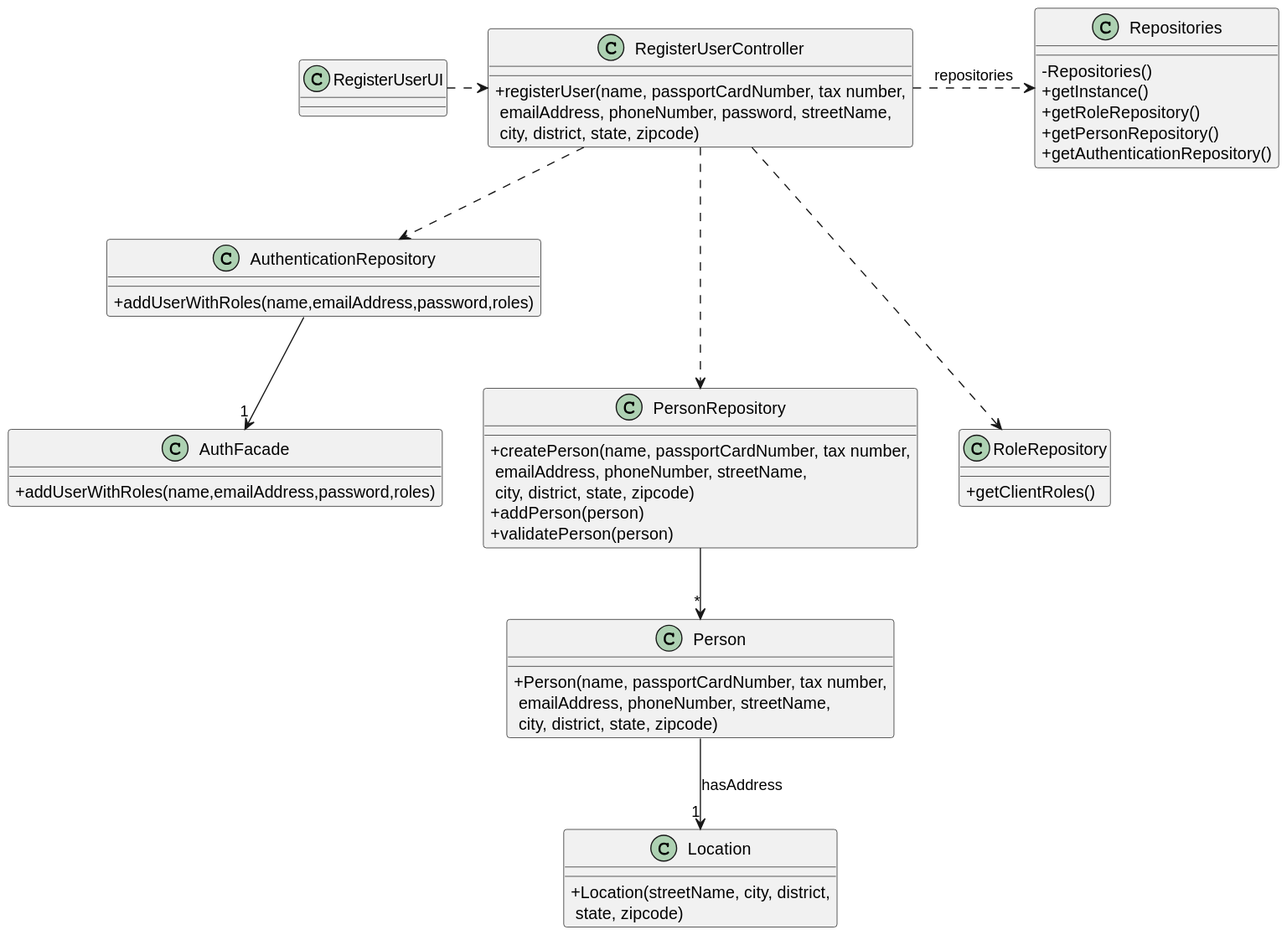
Above: docs/sprintB/us007/03.design/svg/us007-class-diagram.svg in rita-barbosa/LAPR2-2223 (PlantUML), before the change. The source it was exported from:
```plantuml
@startuml
skinparam packageStyle rectangle
skinparam shadowing false
skinparam linetype polyline

skinparam classAttributeIconSize 0

class RegisterUserUI
{

}
class RegisterUserController
{
+ registerUser(name, passportCardNumber, tax number,\n emailAddress, phoneNumber, password, streetName,\n city, district, state, zipcode)
}
class AuthenticationRepository
{
+ addUserWithRoles(name,emailAddress,password,roles)
}
class Person
{
+ Person(name, passportCardNumber, tax number,\n emailAddress, phoneNumber, streetName,\n city, district, state, zipcode)

}
class PersonRepository
{
+ createPerson(name, passportCardNumber, tax number,\n emailAddress, phoneNumber, streetName,\n city, district, state, zipcode)
+ addPerson(person)
+ validatePerson(person)
}
class AuthFacade
{
+ addUserWithRoles(name,emailAddress,password,roles)
}
class Repositories
{
 - Repositories()
 + getInstance()
 + getRoleRepository()
 + getPersonRepository()
 + getAuthenticationRepository()
}
class Location
{
+ Location(streetName, city, district,\n state, zipcode)
}
class RoleRepository
{
+ getClientRoles()
}

RegisterUserUI .> RegisterUserController
RegisterUserController .> Repositories : repositories
RegisterUserController .--> PersonRepository
RegisterUserController .--> RoleRepository
RegisterUserController .-> AuthenticationRepository

PersonRepository  --> "*" Person
Person --> "1" Location : hasAddress
AuthenticationRepository --> "1" AuthFacade
@enduml
```
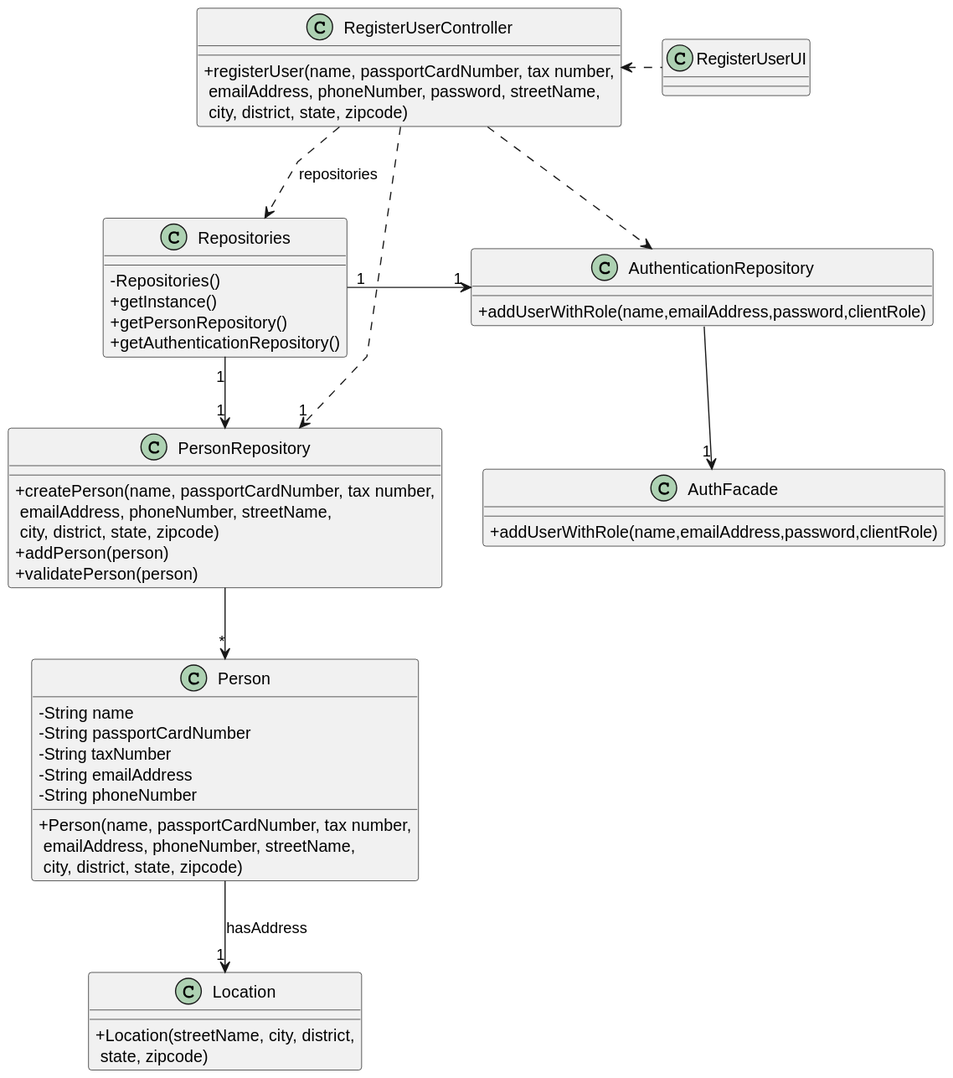
The same diagram one commit later.

The edit, as a diff of the source:
```diff
@@ -15,10 +15,16 @@
 }
 class AuthenticationRepository
 {
-+ addUserWithRoles(name,emailAddress,password,roles)
++ addUserWithRole(name,emailAddress,password,clientRole)
 }
 class Person
 {
+-String name
+-String passportCardNumber
+-String taxNumber
+-String emailAddress
+-String phoneNumber
+
 + Person(name, passportCardNumber, tax number,\n emailAddress, phoneNumber, streetName,\n city, district, state, zipcode)
 
 }
@@ -30,13 +36,12 @@
 }
 class AuthFacade
 {
-+ addUserWithRoles(name,emailAddress,password,roles)
++ addUserWithRole(name,emailAddress,password,clientRole)
 }
 class Repositories
 {
  - Repositories()
  + getInstance()
- + getRoleRepository()
  + getPersonRepository()
  + getAuthenticationRepository()
 }
@@ -44,16 +49,15 @@
 {
 + Location(streetName, city, district,\n state, zipcode)
 }
-class RoleRepository
-{
-+ getClientRoles()
-}
 
-RegisterUserUI .> RegisterUserController
+
+RegisterUserUI .left> RegisterUserController
 RegisterUserController .> Repositories : repositories
-RegisterUserController .--> PersonRepository
-RegisterUserController .--> RoleRepository
+RegisterUserController .--> "1" PersonRepository
 RegisterUserController .-> AuthenticationRepository
+
+Repositories "1" -> "1" PersonRepository
+Repositories "1" -> "1" AuthenticationRepository
 
 PersonRepository  --> "*" Person
 Person --> "1" Location : hasAddress
```
